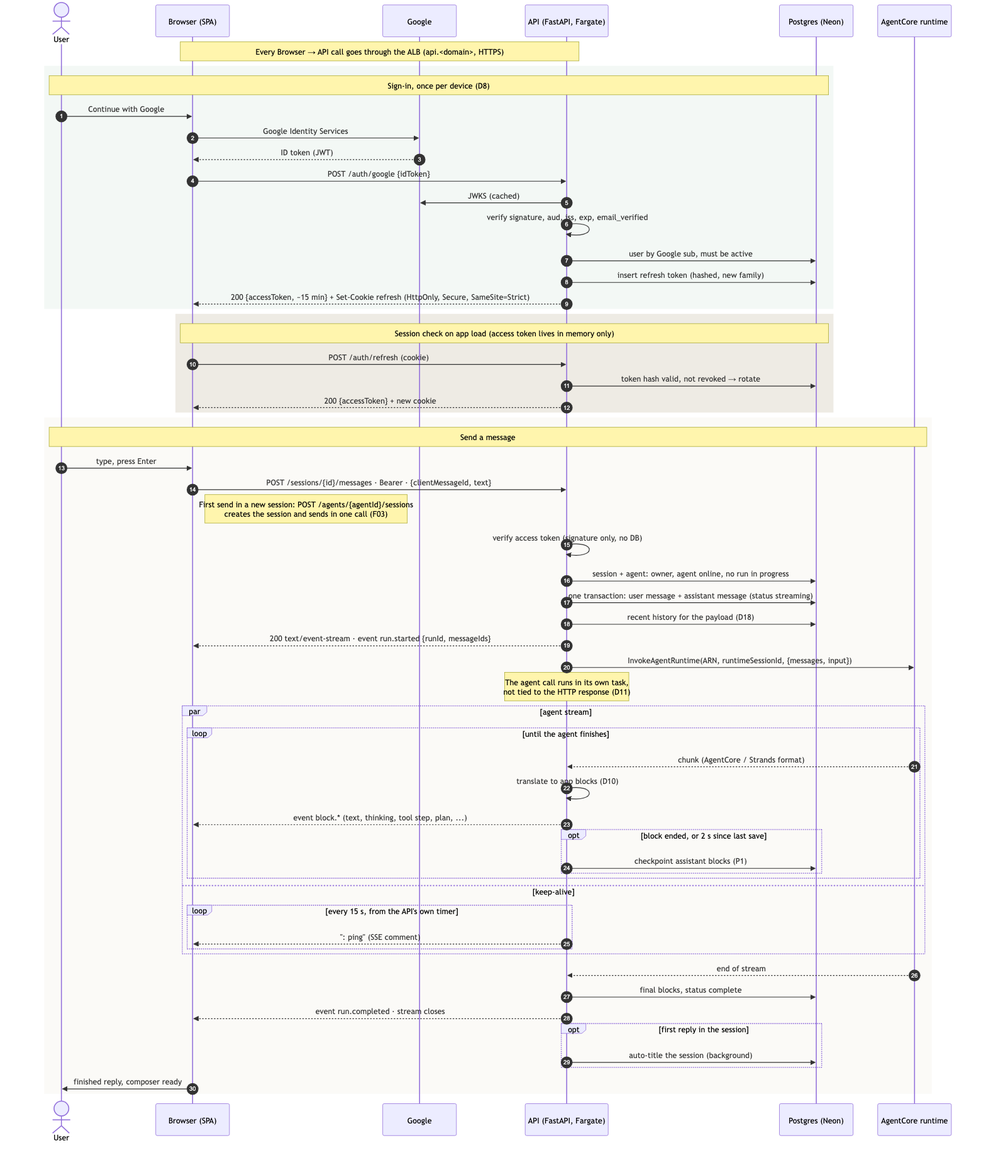
Before: docs/diagrams/send-message.png, a diagram exported from Mermaid (IsraelBO17/agent_hub). Its source is kept beside it as docs/diagrams/send-message.mmd. Its diagram source:
```mermaid
sequenceDiagram
  autonumber
  actor U as User
  participant B as Browser (SPA)
  participant G as Google
  participant A as API (FastAPI, Fargate)
  participant DB as Postgres (Neon)
  participant R as AgentCore runtime

  Note over B,A: Every Browser → API call goes through the ALB (api.<domain>, HTTPS)

  rect rgb(243, 248, 245)
    Note over U,DB: Sign-in, once per device (D8)
    U->>B: Continue with Google
    B->>G: Google Identity Services
    G-->>B: ID token (JWT)
    B->>A: POST /auth/google {idToken}
    A->>G: JWKS (cached)
    A->>A: verify signature, aud, iss, exp, email_verified
    A->>DB: user by Google sub, must be active
    A->>DB: insert refresh token (hashed, new family)
    A-->>B: 200 {accessToken, ~15 min} + Set-Cookie refresh (HttpOnly, Secure, SameSite=Strict)
  end

  rect rgb(238, 235, 228)
    Note over B,DB: Session check on app load (access token lives in memory only)
    B->>A: POST /auth/refresh (cookie)
    A->>DB: token hash valid, not revoked → rotate
    A-->>B: 200 {accessToken} + new cookie
  end

  rect rgb(251, 250, 247)
    Note over U,R: Send a message
    U->>B: type, press Enter
    B->>A: POST /sessions/{id}/messages · Bearer · {clientMessageId, text}
    Note right of B: First send in a new session: POST /agents/{agentId}/sessions<br/>creates the session and sends in one call (F03)
    A->>A: verify access token (signature only, no DB)
    A->>DB: session + agent: owner, agent online, no run in progress
    A->>DB: one transaction: user message + assistant message (status streaming)
    A->>DB: recent history for the payload (D18)
    A-->>B: 200 text/event-stream · event run.started {runId, messageIds}
    A->>R: InvokeAgentRuntime(ARN, runtimeSessionId, {messages, input})
    Note over A: The agent call runs in its own task,<br/>not tied to the HTTP response (D11)
    par agent stream
      loop until the agent finishes
        R-->>A: chunk (AgentCore / Strands format)
        A->>A: translate to app blocks (D10)
        A-->>B: event block.* (text, thinking, tool step, plan, ...)
        opt block ended, or 2 s since last save
          A->>DB: checkpoint assistant blocks (P1)
        end
      end
    and keep-alive
      loop every 15 s, from the API's own timer
        A-->>B: ": ping" (SSE comment)
      end
    end
    R-->>A: end of stream
    A->>DB: final blocks, status complete
    A-->>B: event run.completed · stream closes
    opt first reply in the session
      A->>DB: auto-title the session (background)
    end
    B->>U: finished reply, composer ready
  end
```
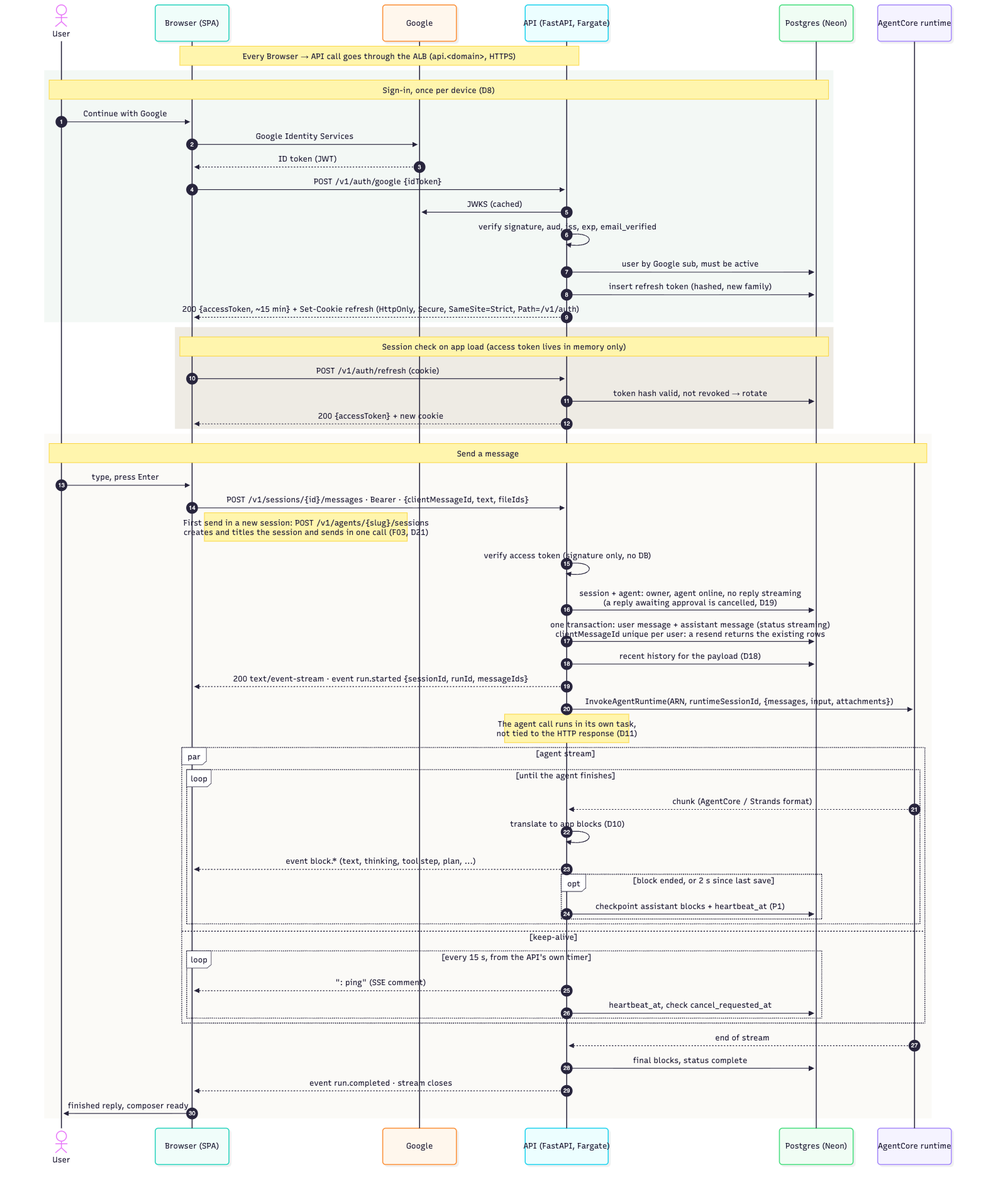
After the commit.

The edit, as a diff of the source:
```diff
@@ -14,17 +14,17 @@
     U->>B: Continue with Google
     B->>G: Google Identity Services
     G-->>B: ID token (JWT)
-    B->>A: POST /auth/google {idToken}
+    B->>A: POST /v1/auth/google {idToken}
     A->>G: JWKS (cached)
     A->>A: verify signature, aud, iss, exp, email_verified
     A->>DB: user by Google sub, must be active
     A->>DB: insert refresh token (hashed, new family)
-    A-->>B: 200 {accessToken, ~15 min} + Set-Cookie refresh (HttpOnly, Secure, SameSite=Strict)
+    A-->>B: 200 {accessToken, ~15 min} + Set-Cookie refresh (HttpOnly, Secure, SameSite=Strict, Path=/v1/auth)
   end
 
   rect rgb(238, 235, 228)
     Note over B,DB: Session check on app load (access token lives in memory only)
-    B->>A: POST /auth/refresh (cookie)
+    B->>A: POST /v1/auth/refresh (cookie)
     A->>DB: token hash valid, not revoked → rotate
     A-->>B: 200 {accessToken} + new cookie
   end
@@ -32,14 +32,14 @@
   rect rgb(251, 250, 247)
     Note over U,R: Send a message
     U->>B: type, press Enter
-    B->>A: POST /sessions/{id}/messages · Bearer · {clientMessageId, text}
-    Note right of B: First send in a new session: POST /agents/{agentId}/sessions<br/>creates the session and sends in one call (F03)
+    B->>A: POST /v1/sessions/{id}/messages · Bearer · {clientMessageId, text, fileIds}
+    Note right of B: First send in a new session: POST /v1/agents/{slug}/sessions<br/>creates and titles the session and sends in one call (F03, D21)
     A->>A: verify access token (signature only, no DB)
-    A->>DB: session + agent: owner, agent online, no run in progress
-    A->>DB: one transaction: user message + assistant message (status streaming)
+    A->>DB: session + agent: owner, agent online, no reply streaming<br/>(a reply awaiting approval is cancelled, D19)
+    A->>DB: one transaction: user message + assistant message (status streaming)<br/>clientMessageId unique per user: a resend returns the existing rows
     A->>DB: recent history for the payload (D18)
-    A-->>B: 200 text/event-stream · event run.started {runId, messageIds}
-    A->>R: InvokeAgentRuntime(ARN, runtimeSessionId, {messages, input})
+    A-->>B: 200 text/event-stream · event run.started {sessionId, runId, messageIds}
+    A->>R: InvokeAgentRuntime(ARN, runtimeSessionId, {messages, input, attachments})
     Note over A: The agent call runs in its own task,<br/>not tied to the HTTP response (D11)
     par agent stream
       loop until the agent finishes
@@ -47,19 +47,17 @@
         A->>A: translate to app blocks (D10)
         A-->>B: event block.* (text, thinking, tool step, plan, ...)
         opt block ended, or 2 s since last save
-          A->>DB: checkpoint assistant blocks (P1)
+          A->>DB: checkpoint assistant blocks + heartbeat_at (P1)
         end
       end
     and keep-alive
       loop every 15 s, from the API's own timer
         A-->>B: ": ping" (SSE comment)
+        A->>DB: heartbeat_at, check cancel_requested_at
       end
     end
     R-->>A: end of stream
     A->>DB: final blocks, status complete
     A-->>B: event run.completed · stream closes
-    opt first reply in the session
-      A->>DB: auto-title the session (background)
-    end
     B->>U: finished reply, composer ready
   end
```
